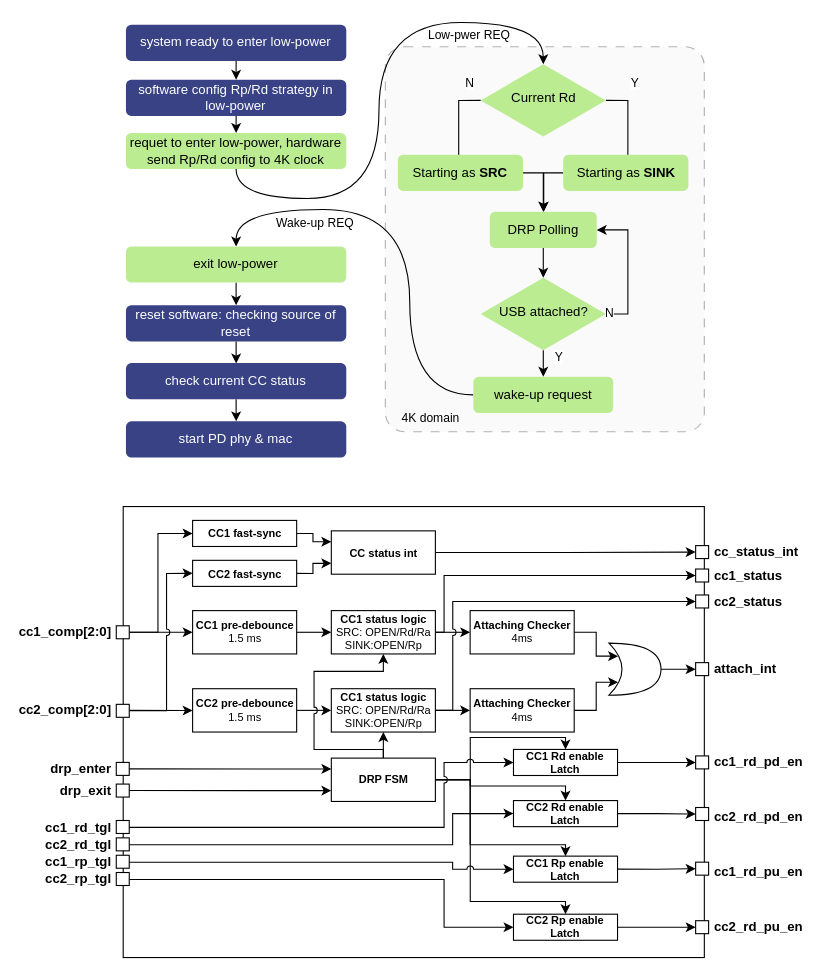
Earlier version of the draw.io diagram pd_rp_rd_lp.drawio (Xhopo/test). Source tidied: cells renumbered, new cells numbered last; positions are measured from the earlier drawing's top-left corner, leaving out a move shared by most shapes. Both pictures are drawn from the tidied source at 110%, with x=0, y=0 at pixel (26, 19).
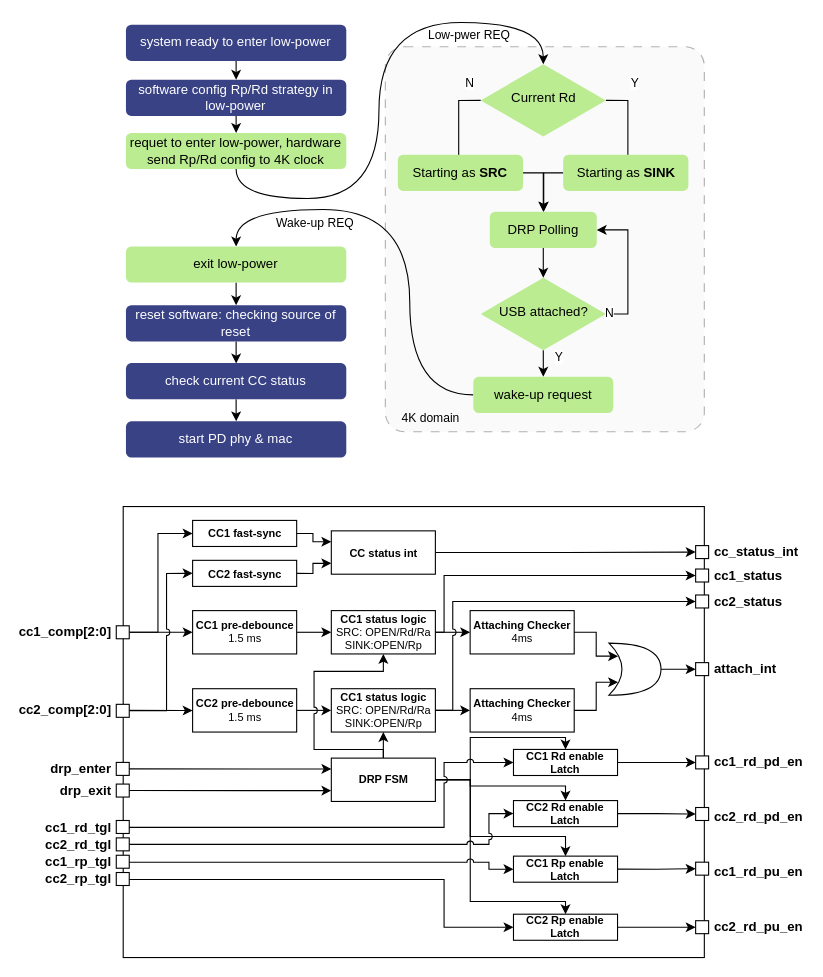
The same page after the edit.

The change refers to these unchanged cells:
```xml
<mxCell id="22" value="DRP FSM" style="rounded=0;whiteSpace=wrap;html=1;fontStyle=1;fontSize=10;" parent="1" vertex="1">
  <mxGeometry x="276.7" y="671.7" width="94.6" height="39.4" as="geometry" />
</mxCell>
<mxCell id="24" value="CC2 Rd enable&lt;div&gt;Latch&lt;/div&gt;" style="rounded=0;whiteSpace=wrap;html=1;fontStyle=1;fontSize=10;" parent="1" vertex="1">
  <mxGeometry x="442.3" y="710.3" width="94.6" height="23.7" as="geometry" />
</mxCell>
<mxCell id="26" value="CC1 Rp enable&lt;div&gt;Latch&lt;/div&gt;" style="rounded=0;whiteSpace=wrap;html=1;fontStyle=1;fontSize=10;" parent="1" vertex="1">
  <mxGeometry x="442.3" y="760.8" width="94.6" height="23.7" as="geometry" />
</mxCell>
<mxCell id="48" style="whiteSpace=wrap;html=1;" parent="1" vertex="1">
  <mxGeometry x="81.2" y="744.2" width="11.8" height="11.8" as="geometry" />
</mxCell>
```

Diff of the diagram source:
```diff
@@
     <mxCell id="31" style="edgeStyle=orthogonalEdgeStyle;rounded=0;jettySize=auto;html=1;exitX=1;exitY=0.5;exitDx=0;exitDy=0;entryX=0.5;entryY=0;entryDx=0;entryDy=0;fontSize=10;" parent="1" edge="1" source="22" target="26">
       <mxGeometry relative="1" as="geometry">
         <Array as="points">
-          <mxPoint x="402.9" y="691.4" />
-          <mxPoint x="402.9" y="750.5" />
-          <mxPoint x="489.6" y="750.5" />
+          <mxPoint x="403" y="691" />
+          <mxPoint x="403" y="743" />
+          <mxPoint x="490" y="743" />
         </Array>
       </mxGeometry>
     </mxCell>
@@
-    <mxCell id="34" style="edgeStyle=orthogonalEdgeStyle;rounded=0;jettySize=auto;html=1;entryX=0;entryY=0.5;entryDx=0;entryDy=0;jumpStyle=arc;" parent="1" edge="1" target="24">
-      <mxGeometry relative="1" as="geometry">
-        <mxPoint x="87.5" y="750.5" as="sourcePoint" />
-        <Array as="points">
-          <mxPoint x="387" y="751" />
-          <mxPoint x="387" y="723" />
-          <mxPoint x="442" y="723" />
-        </Array>
-      </mxGeometry>
-    </mxCell>
     <mxCell id="35" style="edgeStyle=orthogonalEdgeStyle;rounded=0;jettySize=auto;html=1;entryX=0;entryY=0.5;entryDx=0;entryDy=0;jumpStyle=arc;" parent="1" edge="1" target="26">
       <mxGeometry relative="1" as="geometry">
         <mxPoint x="87.5" y="766.3" as="sourcePoint" />
         <Array as="points">
-          <mxPoint x="387" y="766" />
-          <mxPoint x="387" y="773" />
+          <mxPoint x="420" y="766" />
+          <mxPoint x="420" y="773" />
           <mxPoint x="442" y="773" />
         </Array>
       </mxGeometry>
     </mxCell>
@@
+    <mxCell id="118" style="edgeStyle=orthogonalEdgeStyle;rounded=0;jettySize=auto;html=1;exitX=1;exitY=0.5;exitDx=0;exitDy=0;entryX=0;entryY=0.5;entryDx=0;entryDy=0;jumpStyle=arc;" parent="1" edge="1" source="48" target="24">
+      <mxGeometry relative="1" as="geometry">
+        <Array as="points">
+          <mxPoint x="420" y="750" />
+          <mxPoint x="420" y="722" />
+        </Array>
+      </mxGeometry>
+    </mxCell>
```
